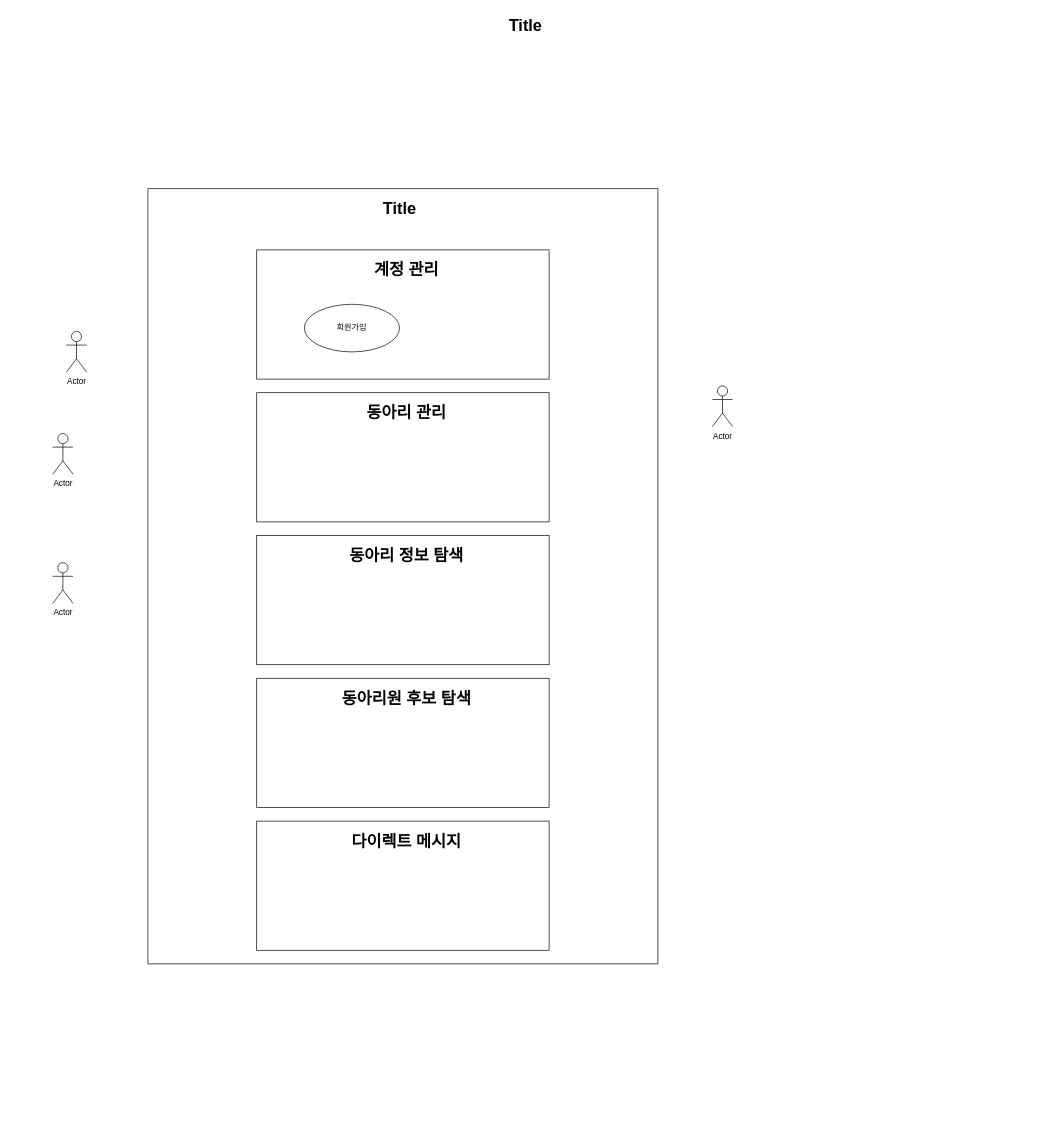
This is src/UseCaseDiagram.drawio from SKKU-Software-Engineering-Team1/backend, a draw.io file, before an edit. Source tidied: cells renumbered, new cells numbered last; positions are measured from the earlier drawing's top-left corner, leaving out a move shared by most shapes. Both pictures are drawn from the tidied source at 68%, with x=0, y=0 at pixel (12, 12).
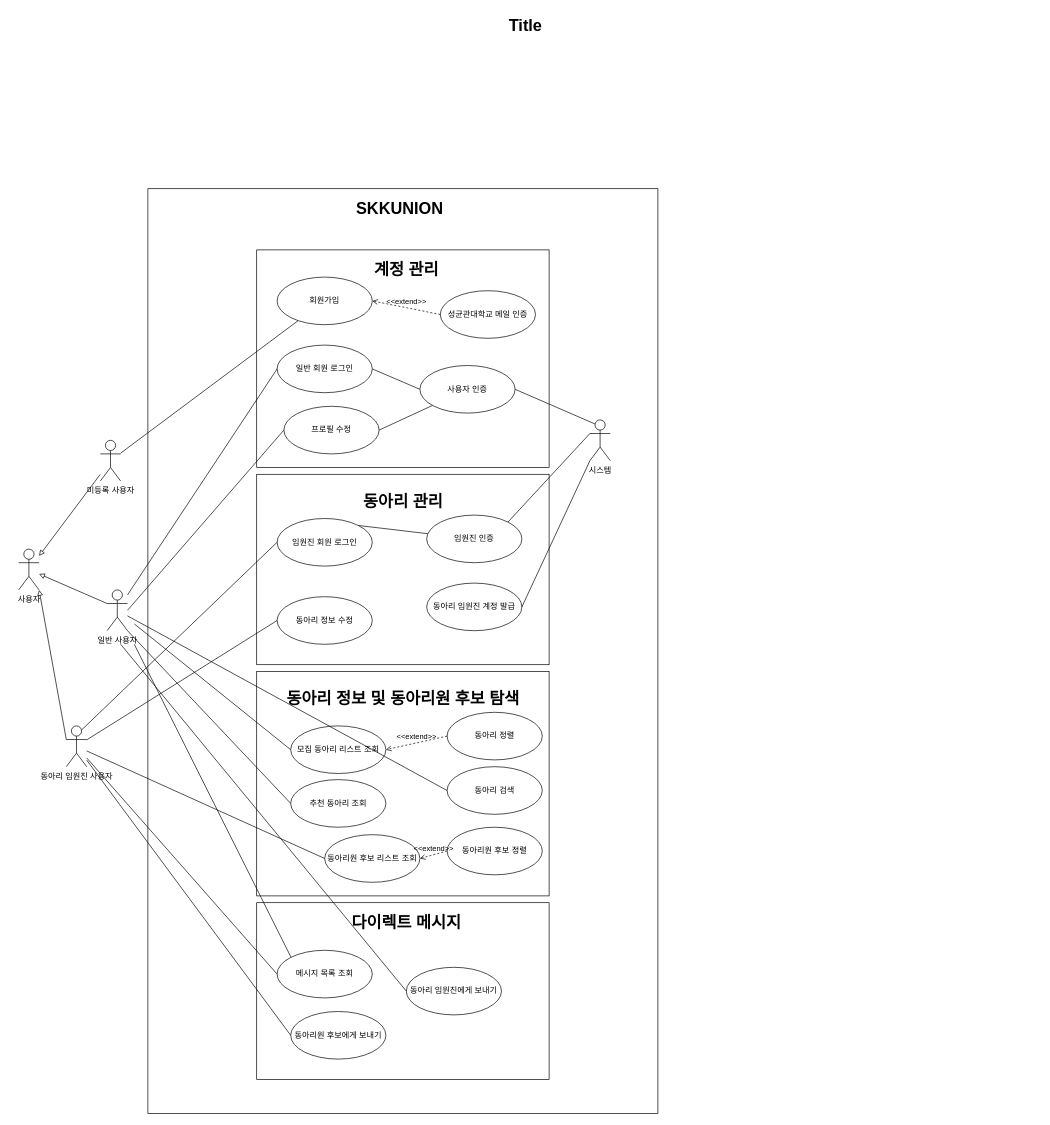
Above is the later version.

Change to the diagram source:
```diff
@@
     <mxCell id="3" style="rounded=0;whiteSpace=wrap;html=1;" parent="1" vertex="1">
-      <mxGeometry x="200" y="260" width="750" height="1140" as="geometry" />
+      <mxGeometry x="200" y="260" width="750" height="1360" as="geometry" />
     </mxCell>
-    <mxCell id="4" value="Actor" style="shape=umlActor;verticalLabelPosition=bottom;verticalAlign=top;html=1;" parent="1" vertex="1">
-      <mxGeometry x="80" y="470" width="30" height="60" as="geometry" />
+    <mxCell id="4" value="사용자" style="shape=umlActor;verticalLabelPosition=bottom;verticalAlign=top;html=1;" parent="1" vertex="1">
+      <mxGeometry x="10" y="790" width="30" height="60" as="geometry" />
     </mxCell>
-    <mxCell id="5" value="Actor" style="shape=umlActor;verticalLabelPosition=bottom;verticalAlign=top;html=1;" parent="1" vertex="1">
-      <mxGeometry x="60" y="620" width="30" height="60" as="geometry" />
+    <mxCell id="5" value="일반 사용자" style="shape=umlActor;verticalLabelPosition=bottom;verticalAlign=top;html=1;" parent="1" vertex="1">
+      <mxGeometry x="140" y="850" width="30" height="60" as="geometry" />
     </mxCell>
-    <mxCell id="6" value="Actor" style="shape=umlActor;verticalLabelPosition=bottom;verticalAlign=top;html=1;" parent="1" vertex="1">
-      <mxGeometry x="1030" y="550" width="30" height="60" as="geometry" />
-    </mxCell>
-    <mxCell id="7" value="Actor" style="shape=umlActor;verticalLabelPosition=bottom;verticalAlign=top;html=1;" parent="1" vertex="1">
-      <mxGeometry x="60" y="810" width="30" height="60" as="geometry" />
+    <mxCell id="7" value="동아리 임원진 사용자&lt;br&gt;" style="shape=umlActor;verticalLabelPosition=bottom;verticalAlign=top;html=1;" parent="1" vertex="1">
+      <mxGeometry x="80" y="1050" width="30" height="60" as="geometry" />
     </mxCell>
-    <mxCell id="8" style="rounded=0;whiteSpace=wrap;html=1;" parent="1" vertex="1">
-      <mxGeometry x="360" y="350" width="430" height="190" as="geometry" />
+    <mxCell id="8" style="rounded=0;whiteSpace=wrap;html=1;imageWidth=24;imageHeight=24;" parent="1" vertex="1">
+      <mxGeometry x="360" y="350" width="430" height="320" as="geometry" />
     </mxCell>
-    <mxCell id="9" value="Title" style="text;strokeColor=none;fillColor=none;html=1;fontSize=24;fontStyle=1;verticalAlign=middle;align=center;" parent="1" vertex="1">
+    <mxCell id="9" value="SKKUNION" style="text;strokeColor=none;fillColor=none;html=1;fontSize=24;fontStyle=1;verticalAlign=middle;align=center;" parent="1" vertex="1">
       <mxGeometry x="520" y="270" width="100" height="40" as="geometry" />
     </mxCell>
@@
-    <mxCell id="11" style="rounded=0;whiteSpace=wrap;html=1;" parent="1" vertex="1">
-      <mxGeometry x="360" y="560" width="430" height="190" as="geometry" />
+    <mxCell id="11" style="rounded=0;whiteSpace=wrap;html=1;imageWidth=24;imageHeight=24;" parent="1" vertex="1">
+      <mxGeometry x="360" y="680" width="430" height="280" as="geometry" />
     </mxCell>
     <mxCell id="12" value="동아리 관리" style="text;strokeColor=none;fillColor=none;html=1;fontSize=24;fontStyle=1;verticalAlign=middle;align=center;" parent="1" vertex="1">
-      <mxGeometry x="530" y="570" width="100" height="40" as="geometry" />
+      <mxGeometry x="525" y="700" width="100" height="40" as="geometry" />
     </mxCell>
-    <mxCell id="13" style="rounded=0;whiteSpace=wrap;html=1;" parent="1" vertex="1">
-      <mxGeometry x="360" y="770" width="430" height="190" as="geometry" />
+    <mxCell id="13" style="rounded=0;whiteSpace=wrap;html=1;imageWidth=24;imageHeight=24;" parent="1" vertex="1">
+      <mxGeometry x="360" y="970" width="430" height="330" as="geometry" />
     </mxCell>
-    <mxCell id="14" value="동아리 정보 탐색" style="text;strokeColor=none;fillColor=none;html=1;fontSize=24;fontStyle=1;verticalAlign=middle;align=center;" parent="1" vertex="1">
-      <mxGeometry x="530" y="780" width="100" height="40" as="geometry" />
+    <mxCell id="14" value="동아리 정보 및 동아리원 후보 탐색" style="text;strokeColor=none;fillColor=none;html=1;fontSize=24;fontStyle=1;verticalAlign=middle;align=center;" parent="1" vertex="1">
+      <mxGeometry x="525" y="990" width="100" height="40" as="geometry" />
     </mxCell>
-    <mxCell id="15" style="rounded=0;whiteSpace=wrap;html=1;" parent="1" vertex="1">
-      <mxGeometry x="360" y="980" width="430" height="190" as="geometry" />
+    <mxCell id="15" style="rounded=0;whiteSpace=wrap;html=1;imageWidth=24;imageHeight=24;" parent="1" vertex="1">
+      <mxGeometry x="360" y="1310" width="430" height="260" as="geometry" />
     </mxCell>
-    <mxCell id="16" value="동아리원 후보 탐색" style="text;strokeColor=none;fillColor=none;html=1;fontSize=24;fontStyle=1;verticalAlign=middle;align=center;" parent="1" vertex="1">
-      <mxGeometry x="530" y="990" width="100" height="40" as="geometry" />
+    <mxCell id="16" value="다이렉트 메시지" style="text;strokeColor=none;fillColor=none;html=1;fontSize=24;fontStyle=1;verticalAlign=middle;align=center;" parent="1" vertex="1">
+      <mxGeometry x="530" y="1320" width="100" height="40" as="geometry" />
     </mxCell>
-    <mxCell id="17" style="rounded=0;whiteSpace=wrap;html=1;" parent="1" vertex="1">
-      <mxGeometry x="360" y="1190" width="430" height="190" as="geometry" />
-    </mxCell>
-    <mxCell id="18" value="다이렉트 메시지" style="text;strokeColor=none;fillColor=none;html=1;fontSize=24;fontStyle=1;verticalAlign=middle;align=center;" parent="1" vertex="1">
-      <mxGeometry x="530" y="1200" width="100" height="40" as="geometry" />
-    </mxCell>
     <mxCell id="19" value="회원가입" style="ellipse;whiteSpace=wrap;html=1;" parent="1" vertex="1">
-      <mxGeometry x="430" y="430" width="140" height="70" as="geometry" />
+      <mxGeometry x="390" y="390" width="140" height="70" as="geometry" />
     </mxCell>
+    <mxCell id="20" style="rounded=0;jettySize=auto;html=1;exitX=1;exitY=0.5;exitDx=0;exitDy=0;entryX=0;entryY=0.5;entryDx=0;entryDy=0;endArrow=none;endFill=0;" parent="1" edge="1" source="21" target="43">
+      <mxGeometry relative="1" as="geometry" />
+    </mxCell>
+    <mxCell id="21" value="일반 회원 로그인" style="ellipse;whiteSpace=wrap;html=1;" parent="1" vertex="1">
+      <mxGeometry x="390" y="490" width="140" height="70" as="geometry" />
+    </mxCell>
+    <mxCell id="22" value="프로필 수정" style="ellipse;whiteSpace=wrap;html=1;" parent="1" vertex="1">
+      <mxGeometry x="400" y="580" width="140" height="70" as="geometry" />
+    </mxCell>
+    <mxCell id="23" value="성균관대학교 메일 인증" style="ellipse;whiteSpace=wrap;html=1;" parent="1" vertex="1">
+      <mxGeometry x="630" y="410" width="140" height="70" as="geometry" />
+    </mxCell>
+    <mxCell id="24" value="동아리 임원진 계정 발급" style="ellipse;whiteSpace=wrap;html=1;" parent="1" vertex="1">
+      <mxGeometry x="610" y="840" width="140" height="70" as="geometry" />
+    </mxCell>
+    <mxCell id="25" value="임원진 회원 로그인" style="ellipse;whiteSpace=wrap;html=1;" parent="1" vertex="1">
+      <mxGeometry x="390" y="745" width="140" height="70" as="geometry" />
+    </mxCell>
+    <mxCell id="26" value="동아리 정보 수정" style="ellipse;whiteSpace=wrap;html=1;" parent="1" vertex="1">
+      <mxGeometry x="390" y="860" width="140" height="70" as="geometry" />
+    </mxCell>
+    <mxCell id="27" value="모집 동아리 리스트 조회" style="ellipse;whiteSpace=wrap;html=1;" parent="1" vertex="1">
+      <mxGeometry x="410" y="1050" width="140" height="70" as="geometry" />
+    </mxCell>
+    <mxCell id="28" value="동아리원 후보 리스트 조회" style="ellipse;whiteSpace=wrap;html=1;" parent="1" vertex="1">
+      <mxGeometry x="460" y="1210" width="140" height="70" as="geometry" />
+    </mxCell>
+    <mxCell id="29" value="추천 동아리 조회" style="ellipse;whiteSpace=wrap;html=1;" parent="1" vertex="1">
+      <mxGeometry x="410" y="1129" width="140" height="70" as="geometry" />
+    </mxCell>
+    <mxCell id="30" value="동아리 임원진에게 보내기" style="ellipse;whiteSpace=wrap;html=1;" parent="1" vertex="1">
+      <mxGeometry x="580" y="1405" width="140" height="70" as="geometry" />
+    </mxCell>
+    <mxCell id="31" value="동아리원 후보에게 보내기&lt;br&gt;" style="ellipse;whiteSpace=wrap;html=1;" parent="1" vertex="1">
+      <mxGeometry x="410" y="1470" width="140" height="70" as="geometry" />
+    </mxCell>
+    <mxCell id="32" value="메시지 목록 조회" style="ellipse;whiteSpace=wrap;html=1;" parent="1" vertex="1">
+      <mxGeometry x="390" y="1380" width="140" height="70" as="geometry" />
+    </mxCell>
+    <mxCell id="33" style="jettySize=auto;html=1;strokeColor=default;rounded=0;endArrow=block;endFill=0;" parent="1" edge="1" source="34" target="4">
+      <mxGeometry relative="1" as="geometry" />
+    </mxCell>
+    <mxCell id="34" value="미등록 사용자" style="shape=umlActor;verticalLabelPosition=bottom;verticalAlign=top;html=1;" parent="1" vertex="1">
+      <mxGeometry x="130" y="630" width="30" height="60" as="geometry" />
+    </mxCell>
+    <mxCell id="35" style="jettySize=auto;html=1;strokeColor=default;rounded=0;endArrow=block;endFill=0;exitX=0;exitY=0.3333333333333333;exitDx=0;exitDy=0;exitPerimeter=0;" parent="1" edge="1" source="5" target="4">
+      <mxGeometry relative="1" as="geometry" />
+    </mxCell>
+    <mxCell id="36" style="jettySize=auto;html=1;strokeColor=default;rounded=0;endArrow=block;endFill=0;exitX=0;exitY=0.3333333333333333;exitDx=0;exitDy=0;exitPerimeter=0;entryX=1;entryY=1;entryDx=0;entryDy=0;entryPerimeter=0;" parent="1" edge="1" source="7" target="4">
+      <mxGeometry relative="1" as="geometry" />
+    </mxCell>
+    <mxCell id="37" value="시스템" style="shape=umlActor;verticalLabelPosition=bottom;verticalAlign=top;html=1;" parent="1" vertex="1">
+      <mxGeometry x="850" y="600" width="30" height="60" as="geometry" />
+    </mxCell>
+    <mxCell id="38" style="rounded=0;jettySize=auto;html=1;entryX=0;entryY=0.5;entryDx=0;entryDy=0;endArrow=none;endFill=0;" parent="1" edge="1" source="5" target="21">
+      <mxGeometry relative="1" as="geometry" />
+    </mxCell>
+    <mxCell id="39" style="jettySize=auto;html=1;strokeColor=default;rounded=0;endArrow=none;endFill=0;" parent="1" edge="1" source="19" target="34">
+      <mxGeometry relative="1" as="geometry" />
+    </mxCell>
+    <mxCell id="40" value="&amp;lt;&amp;lt;extend&amp;gt;&amp;gt;" style="html=1;verticalAlign=bottom;labelBackgroundColor=none;endArrow=open;endFill=0;dashed=1;rounded=0;exitX=0;exitY=0.5;exitDx=0;exitDy=0;entryX=1;entryY=0.5;entryDx=0;entryDy=0;" parent="1" edge="1" source="23" target="19">
+      <mxGeometry relative="1" as="geometry" />
+    </mxCell>
+    <mxCell id="41" style="html=1;endArrow=none;elbow=vertical;rounded=0;entryX=0;entryY=0.5;entryDx=0;entryDy=0;" parent="1" edge="1" target="22">
+      <mxGeometry relative="1" as="geometry">
+        <mxPoint x="170" y="880" as="sourcePoint" />
+      </mxGeometry>
+    </mxCell>
+    <mxCell id="42" style="html=1;endArrow=none;elbow=vertical;rounded=0;entryX=0.25;entryY=0.1;entryDx=0;entryDy=0;exitX=1;exitY=0.5;exitDx=0;exitDy=0;entryPerimeter=0;" parent="1" edge="1" source="43" target="37">
+      <mxGeometry relative="1" as="geometry" />
+    </mxCell>
+    <mxCell id="43" value="사용자 인증" style="ellipse;whiteSpace=wrap;html=1;" parent="1" vertex="1">
+      <mxGeometry x="600" y="520" width="140" height="70" as="geometry" />
+    </mxCell>
+    <mxCell id="44" style="rounded=0;jettySize=auto;html=1;exitX=1;exitY=0.5;exitDx=0;exitDy=0;endArrow=none;endFill=0;" parent="1" edge="1" source="22" target="43">
+      <mxGeometry relative="1" as="geometry" />
+    </mxCell>
+    <mxCell id="45" value="임원진&amp;nbsp;인증" style="ellipse;whiteSpace=wrap;html=1;" parent="1" vertex="1">
+      <mxGeometry x="610" y="740" width="140" height="70" as="geometry" />
+    </mxCell>
+    <mxCell id="46" style="html=1;endArrow=none;elbow=vertical;rounded=0;entryX=0;entryY=0.5;entryDx=0;entryDy=0;exitX=0.75;exitY=0.1;exitDx=0;exitDy=0;exitPerimeter=0;" parent="1" edge="1" source="7" target="25">
+      <mxGeometry relative="1" as="geometry" />
+    </mxCell>
+    <mxCell id="47" style="html=1;endArrow=none;elbow=vertical;rounded=0;exitX=1;exitY=0;exitDx=0;exitDy=0;" parent="1" edge="1" source="25" target="45">
+      <mxGeometry relative="1" as="geometry" />
+    </mxCell>
+    <mxCell id="48" style="html=1;endArrow=none;elbow=vertical;rounded=0;entryX=0;entryY=0.5;entryDx=0;entryDy=0;" parent="1" edge="1" source="7" target="26">
+      <mxGeometry relative="1" as="geometry" />
+    </mxCell>
+    <mxCell id="49" style="html=1;endArrow=none;elbow=vertical;rounded=0;entryX=0;entryY=1;entryDx=0;entryDy=0;exitX=1;exitY=0.5;exitDx=0;exitDy=0;entryPerimeter=0;" parent="1" edge="1" source="24" target="37">
+      <mxGeometry relative="1" as="geometry" />
+    </mxCell>
+    <mxCell id="50" style="html=1;endArrow=none;elbow=vertical;rounded=0;entryX=0;entryY=0.3333333333333333;entryDx=0;entryDy=0;exitX=1;exitY=0;exitDx=0;exitDy=0;entryPerimeter=0;" parent="1" edge="1" source="45" target="37">
+      <mxGeometry relative="1" as="geometry" />
+    </mxCell>
+    <mxCell id="51" value="동아리 정렬" style="ellipse;whiteSpace=wrap;html=1;" parent="1" vertex="1">
+      <mxGeometry x="640" y="1030" width="140" height="70" as="geometry" />
+    </mxCell>
+    <mxCell id="52" value="동아리원 후보 정렬" style="ellipse;whiteSpace=wrap;html=1;" parent="1" vertex="1">
+      <mxGeometry x="640" y="1199" width="140" height="70" as="geometry" />
+    </mxCell>
+    <mxCell id="53" style="html=1;endArrow=none;elbow=vertical;rounded=0;entryX=0;entryY=0.5;entryDx=0;entryDy=0;" parent="1" edge="1" target="27">
+      <mxGeometry relative="1" as="geometry">
+        <mxPoint x="180" y="900" as="sourcePoint" />
+      </mxGeometry>
+    </mxCell>
+    <mxCell id="54" style="html=1;endArrow=none;elbow=vertical;rounded=0;entryX=0;entryY=0.5;entryDx=0;entryDy=0;exitX=1;exitY=1;exitDx=0;exitDy=0;exitPerimeter=0;" parent="1" edge="1" source="5" target="29">
+      <mxGeometry relative="1" as="geometry" />
+    </mxCell>
+    <mxCell id="55" style="html=1;endArrow=none;elbow=vertical;rounded=0;entryX=0;entryY=0.5;entryDx=0;entryDy=0;" parent="1" edge="1" source="7" target="28">
+      <mxGeometry relative="1" as="geometry" />
+    </mxCell>
+    <mxCell id="56" value="&amp;lt;&amp;lt;extend&amp;gt;&amp;gt;" style="html=1;verticalAlign=bottom;labelBackgroundColor=none;endArrow=open;endFill=0;dashed=1;rounded=0;exitX=0;exitY=0.5;exitDx=0;exitDy=0;entryX=1;entryY=0.5;entryDx=0;entryDy=0;" parent="1" edge="1" source="51" target="27">
+      <mxGeometry relative="1" as="geometry" />
+    </mxCell>
+    <mxCell id="57" value="&amp;lt;&amp;lt;extend&amp;gt;&amp;gt;" style="html=1;verticalAlign=bottom;labelBackgroundColor=none;endArrow=open;endFill=0;dashed=1;rounded=0;exitX=0;exitY=0.5;exitDx=0;exitDy=0;entryX=1;entryY=0.5;entryDx=0;entryDy=0;" parent="1" edge="1" source="52" target="28">
+      <mxGeometry x="-0.01" relative="1" as="geometry" />
+    </mxCell>
+    <mxCell id="58" style="html=1;endArrow=none;elbow=vertical;rounded=0;entryX=0;entryY=0.5;entryDx=0;entryDy=0;" parent="1" edge="1" source="7" target="32">
+      <mxGeometry relative="1" as="geometry" />
+    </mxCell>
+    <mxCell id="59" style="html=1;endArrow=none;elbow=vertical;rounded=0;entryX=0;entryY=0;entryDx=0;entryDy=0;" parent="1" edge="1" target="32">
+      <mxGeometry relative="1" as="geometry">
+        <mxPoint x="180" y="930" as="sourcePoint" />
+      </mxGeometry>
+    </mxCell>
+    <mxCell id="60" style="html=1;endArrow=none;elbow=vertical;rounded=0;entryX=0;entryY=0.5;entryDx=0;entryDy=0;" parent="1" edge="1" target="30">
+      <mxGeometry relative="1" as="geometry">
+        <mxPoint x="160" y="930" as="sourcePoint" />
+      </mxGeometry>
+    </mxCell>
+    <mxCell id="61" style="html=1;endArrow=none;elbow=vertical;rounded=0;entryX=0;entryY=0.5;entryDx=0;entryDy=0;" parent="1" edge="1" source="7" target="31">
+      <mxGeometry relative="1" as="geometry" />
+    </mxCell>
+    <mxCell id="62" value="동아리 검색" style="ellipse;whiteSpace=wrap;html=1;" parent="1" vertex="1">
+      <mxGeometry x="640" y="1110" width="140" height="70" as="geometry" />
+    </mxCell>
+    <mxCell id="63" style="html=1;endArrow=none;elbow=vertical;rounded=0;entryX=0;entryY=0.5;entryDx=0;entryDy=0;" parent="1" edge="1" source="5" target="62">
+      <mxGeometry relative="1" as="geometry" />
+    </mxCell>
```
